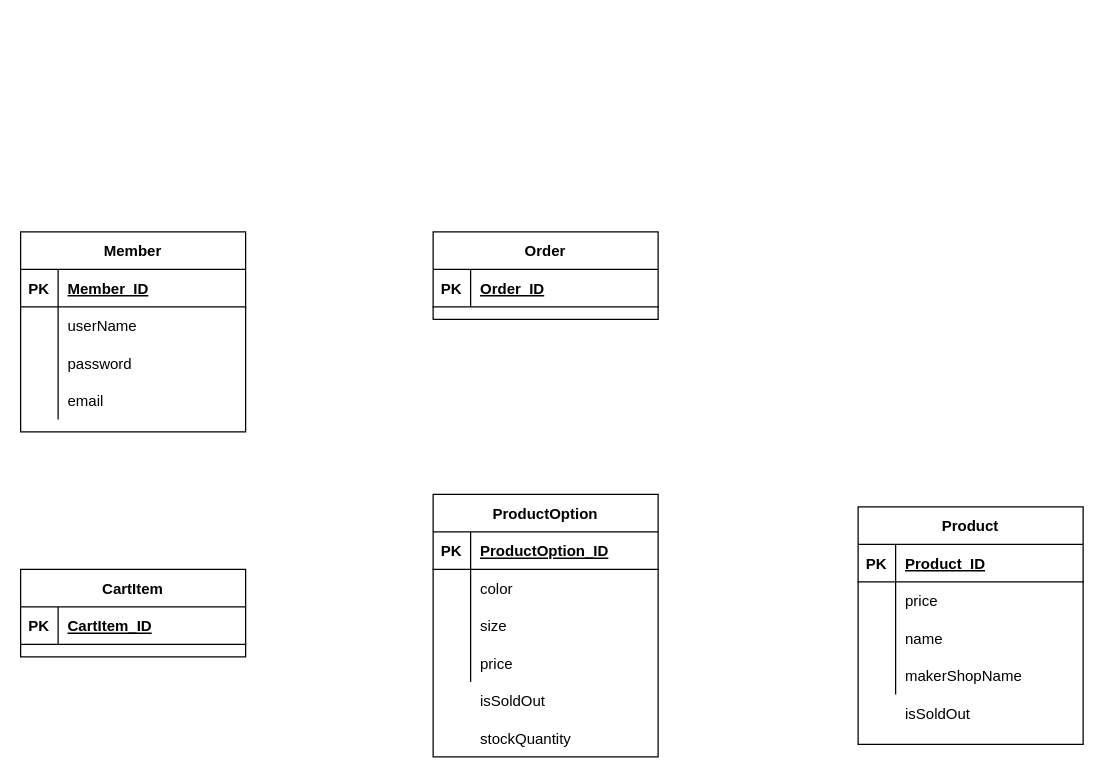
Earlier version of the draw.io diagram 제목 없는 다이어그램.drawio (NeoGuRi95/Spring-Batch). Source tidied: cells renumbered, new cells numbered last; positions are measured from the earlier drawing's top-left corner, leaving out a move shared by most shapes. Both pictures are drawn from the tidied source at 125%, with x=0, y=0 at pixel (20, 231).
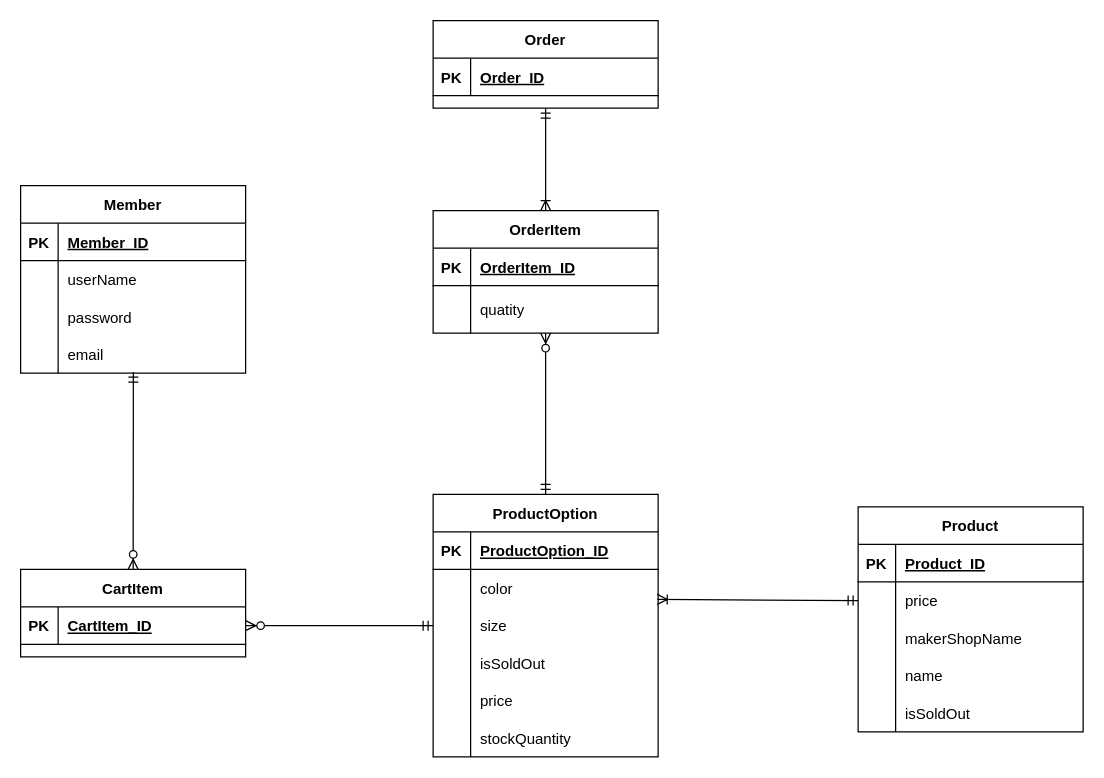
The same page after the edit.

Commit message (it also covers changes not shown here):
제목 없는 다이어그램.drawio 업데이트

Unchanged cells that the change refers to:
```xml
<mxCell id="12" style="shape=tableRow;horizontal=0;startSize=0;swimlaneHead=0;swimlaneBody=0;fillColor=none;points=[[0,0.5],[1,0.5]];portConstraint=eastwest;top=0;left=0;right=0;bottom=0;" parent="2" vertex="1">
  <mxGeometry y="120" width="180" height="30" as="geometry" />
</mxCell>
<mxCell id="19" value="CartItem" style="shape=table;startSize=30;childLayout=tableLayout;rowLines=0;fontStyle=1;align=center;" parent="1" vertex="1">
  <mxGeometry y="270" width="180" height="70" as="geometry" />
</mxCell>
<mxCell id="20" style="shape=tableRow;horizontal=0;startSize=0;swimlaneHead=0;swimlaneBody=0;fillColor=none;points=[[0,0.5],[1,0.5]];portConstraint=eastwest;top=0;left=0;right=0;bottom=1;" parent="19" vertex="1">
  <mxGeometry y="30" width="180" height="30" as="geometry" />
</mxCell>
<mxCell id="27" style="shape=tableRow;horizontal=0;startSize=0;swimlaneHead=0;swimlaneBody=0;fillColor=none;points=[[0,0.5],[1,0.5]];portConstraint=eastwest;top=0;left=0;right=0;bottom=0;" parent="23" vertex="1">
  <mxGeometry y="60" width="180" height="30" as="geometry" />
</mxCell>
<mxCell id="38" value="ProductOption" style="shape=table;startSize=30;childLayout=tableLayout;rowLines=0;fontStyle=1;align=center;" parent="1" vertex="1">
  <mxGeometry x="330" y="210" width="180" height="210" as="geometry" />
</mxCell>
<mxCell id="42" style="shape=tableRow;horizontal=0;startSize=0;swimlaneHead=0;swimlaneBody=0;fillColor=none;points=[[0,0.5],[1,0.5]];portConstraint=eastwest;top=0;left=0;right=0;bottom=0;" parent="38" vertex="1">
  <mxGeometry y="60" width="180" height="30" as="geometry" />
</mxCell>
<mxCell id="45" style="shape=tableRow;horizontal=0;startSize=0;swimlaneHead=0;swimlaneBody=0;fillColor=none;points=[[0,0.5],[1,0.5]];portConstraint=eastwest;top=0;left=0;right=0;bottom=0;" parent="38" vertex="1">
  <mxGeometry y="90" width="180" height="30" as="geometry" />
</mxCell>
<mxCell id="51" style="shape=tableRow;horizontal=0;startSize=0;swimlaneHead=0;swimlaneBody=0;fillColor=none;top=0;left=0;right=0;bottom=0;" parent="1" vertex="1">
  <mxGeometry x="330" y="360" width="180" height="30" as="geometry" />
</mxCell>
```

The edit, as a diff of the source:
```diff
@@
-    <mxCell id="2" value="Member" style="shape=table;startSize=30;childLayout=tableLayout;rowLines=0;fontStyle=1;align=center;" parent="1" vertex="1">
-      <mxGeometry width="180" height="160" as="geometry" />
+    <mxCell id="2" value="Member" style="shape=table;startSize=30;childLayout=tableLayout;rowLines=0;fontStyle=1;align=center;swimlaneLine=1;strokeColor=default;fillColor=default;" parent="1" vertex="1">
+      <mxGeometry y="-37" width="180" height="150" as="geometry" />
     </mxCell>
@@
     <mxCell id="15" value="Order" style="shape=table;startSize=30;childLayout=tableLayout;rowLines=0;fontStyle=1;align=center;" parent="1" vertex="1">
-      <mxGeometry x="330" width="180" height="70" as="geometry" />
+      <mxGeometry x="330" y="-169" width="180" height="70" as="geometry" />
     </mxCell>
@@
     <mxCell id="23" value="Product" style="shape=table;startSize=30;childLayout=tableLayout;rowLines=0;fontStyle=1;align=center;" parent="1" vertex="1">
-      <mxGeometry x="670" y="220" width="180" height="190" as="geometry" />
+      <mxGeometry x="670" y="220" width="180" height="180" as="geometry" />
     </mxCell>
@@
     <mxCell id="30" style="shape=tableRow;horizontal=0;startSize=0;swimlaneHead=0;swimlaneBody=0;fillColor=none;top=0;left=0;right=0;bottom=0;" parent="23" vertex="1">
-      <mxGeometry y="90" width="180" height="30" as="geometry" />
+      <mxGeometry y="90" width="180" height="90" as="geometry" />
     </mxCell>
     <mxCell id="31" style="shape=partialRectangle;fillColor=none;top=0;left=0;bottom=0;right=0;overflow=hidden;" parent="30" vertex="1">
-      <mxGeometry width="30" height="30" as="geometry" />
+      <mxGeometry width="30" height="90" as="geometry" />
     </mxCell>
     <mxCell id="32" value="name" style="shape=partialRectangle;fillColor=none;top=0;left=0;bottom=0;right=0;align=left;spacingLeft=6;overflow=hidden;" parent="30" vertex="1">
-      <mxGeometry x="30" width="150" height="30" as="geometry" />
+      <mxGeometry x="30" width="150" height="90" as="geometry" />
     </mxCell>
-    <mxCell id="33" style="shape=tableRow;horizontal=0;startSize=0;swimlaneHead=0;swimlaneBody=0;fillColor=none;top=0;left=0;right=0;bottom=0;" parent="23" vertex="1">
-      <mxGeometry y="120" width="180" height="30" as="geometry" />
-    </mxCell>
-    <mxCell id="34" style="shape=partialRectangle;fillColor=none;top=0;left=0;bottom=0;right=0;overflow=hidden;" parent="33" vertex="1">
-      <mxGeometry width="30" height="30" as="geometry" />
-    </mxCell>
-    <mxCell id="35" value="makerShopName" style="shape=partialRectangle;fillColor=none;top=0;left=0;bottom=0;right=0;align=left;spacingLeft=6;overflow=hidden;" parent="33" vertex="1">
-      <mxGeometry x="30" width="150" height="30" as="geometry" />
-    </mxCell>
-    <mxCell id="36" style="shape=tableRow;horizontal=0;startSize=0;swimlaneHead=0;swimlaneBody=0;fillColor=none;top=0;left=0;right=0;bottom=0;" parent="1" vertex="1">
-      <mxGeometry x="650" y="140" width="180" height="30" as="geometry" />
-    </mxCell>
-    <mxCell id="37" style="shape=partialRectangle;fillColor=none;top=0;left=0;bottom=0;right=0;overflow=hidden;" parent="36" vertex="1">
-      <mxGeometry width="30" height="30" as="geometry" />
-    </mxCell>
@@
     <mxCell id="48" style="shape=tableRow;horizontal=0;startSize=0;swimlaneHead=0;swimlaneBody=0;fillColor=none;top=0;left=0;right=0;bottom=0;" parent="38" vertex="1">
-      <mxGeometry y="120" width="180" height="30" as="geometry" />
+      <mxGeometry y="120" width="180" height="90" as="geometry" />
     </mxCell>
     <mxCell id="49" style="shape=partialRectangle;fillColor=none;top=0;left=0;bottom=0;right=0;overflow=hidden;" parent="48" vertex="1">
-      <mxGeometry width="30" height="30" as="geometry" />
+      <mxGeometry width="30" height="90" as="geometry" />
     </mxCell>
     <mxCell id="50" value="price" style="shape=partialRectangle;fillColor=none;top=0;left=0;bottom=0;right=0;align=left;spacingLeft=6;overflow=hidden;" parent="48" vertex="1">
-      <mxGeometry x="30" width="150" height="30" as="geometry" />
+      <mxGeometry x="30" width="150" height="90" as="geometry" />
     </mxCell>
@@
+    <mxCell id="54" value="stockQuantity" style="shape=partialRectangle;fillColor=none;top=0;left=0;bottom=0;right=0;align=left;spacingLeft=6;overflow=hidden;" parent="1" vertex="1">
+      <mxGeometry x="360" y="390" width="150" height="30" as="geometry" />
+    </mxCell>
-    <mxCell id="53" value="isSoldOut" style="shape=partialRectangle;fillColor=none;top=0;left=0;bottom=0;right=0;align=left;spacingLeft=6;overflow=hidden;" parent="51" vertex="1">
-      <mxGeometry x="30" width="150" height="30" as="geometry" />
+    <mxCell id="53" value="isSoldOut" style="shape=partialRectangle;fillColor=none;top=0;left=0;bottom=0;right=0;align=left;spacingLeft=6;overflow=hidden;" parent="1" vertex="1">
+      <mxGeometry x="360" y="330" width="150" height="30" as="geometry" />
     </mxCell>
-    <mxCell id="54" value="stockQuantity" style="shape=partialRectangle;fillColor=none;top=0;left=0;bottom=0;right=0;align=left;spacingLeft=6;overflow=hidden;" parent="1" vertex="1">
-      <mxGeometry x="360" y="390" width="150" height="30" as="geometry" />
-    </mxCell>
+    <mxCell id="56" style="shape=tableRow;horizontal=0;startSize=0;swimlaneHead=0;swimlaneBody=0;fillColor=none;top=0;left=0;right=0;bottom=0;" parent="1" vertex="1">
+      <mxGeometry x="670" y="340" width="180" height="30" as="geometry" />
+    </mxCell>
+    <mxCell id="57" style="shape=partialRectangle;fillColor=none;top=0;left=0;bottom=0;right=0;overflow=hidden;" parent="56" vertex="1">
+      <mxGeometry width="30" height="30" as="geometry" />
+    </mxCell>
@@
+    <mxCell id="35" value="makerShopName" style="shape=partialRectangle;fillColor=none;top=0;left=0;bottom=0;right=0;align=left;spacingLeft=6;overflow=hidden;" parent="1" vertex="1">
+      <mxGeometry x="700" y="310" width="150" height="30" as="geometry" />
+    </mxCell>
+    <mxCell id="58" style="fontSize=12;html=1;endArrow=ERzeroToMany;startArrow=ERmandOne;rounded=1;exitX=0.501;exitY=0.973;exitDx=0;exitDy=0;exitPerimeter=0;" parent="1" edge="1" source="12" target="19">
+      <mxGeometry relative="1" as="geometry" />
+    </mxCell>
+    <mxCell id="59" style="fontSize=12;html=1;endArrow=ERzeroToMany;startArrow=ERmandOne;rounded=1;entryX=1;entryY=0.5;entryDx=0;entryDy=0;exitX=0;exitY=0.5;exitDx=0;exitDy=0;" parent="1" edge="1" source="45" target="20">
+      <mxGeometry relative="1" as="geometry" />
+    </mxCell>
+    <mxCell id="60" value="OrderItem" style="shape=table;startSize=30;childLayout=tableLayout;rowLines=0;fontStyle=1;align=center;strokeColor=default;fillColor=default;" parent="1" vertex="1">
+      <mxGeometry x="330" y="-17" width="180" height="98" as="geometry" />
+    </mxCell>
+    <mxCell id="61" style="shape=tableRow;horizontal=0;startSize=0;swimlaneHead=0;swimlaneBody=0;fillColor=none;top=0;left=0;right=0;bottom=1;strokeColor=default;" parent="60" vertex="1">
+      <mxGeometry y="30" width="180" height="30" as="geometry" />
+    </mxCell>
+    <mxCell id="62" value="PK" style="shape=partialRectangle;fillColor=none;top=0;left=0;bottom=0;right=0;fontStyle=1;overflow=hidden;strokeColor=default;" parent="61" vertex="1">
+      <mxGeometry width="30" height="30" as="geometry" />
+    </mxCell>
+    <mxCell id="63" value="OrderItem_ID" style="shape=partialRectangle;fillColor=none;top=0;left=0;bottom=0;right=0;align=left;spacingLeft=6;fontStyle=5;overflow=hidden;strokeColor=default;" parent="61" vertex="1">
+      <mxGeometry x="30" width="150" height="30" as="geometry" />
+    </mxCell>
+    <mxCell id="64" style="shape=tableRow;horizontal=0;startSize=0;swimlaneHead=0;swimlaneBody=0;fillColor=none;points=[[0,0.5],[1,0.5]];portConstraint=eastwest;top=0;left=0;right=0;bottom=0;strokeColor=default;" parent="60" vertex="1">
+      <mxGeometry y="60" width="180" height="38" as="geometry" />
+    </mxCell>
+    <mxCell id="65" style="shape=partialRectangle;fillColor=none;top=0;left=0;bottom=0;right=0;overflow=hidden;strokeColor=default;" parent="64" vertex="1">
+      <mxGeometry width="30" height="38" as="geometry" />
+    </mxCell>
+    <mxCell id="66" value="quatity" style="shape=partialRectangle;fillColor=none;top=0;left=0;bottom=0;right=0;align=left;spacingLeft=6;overflow=hidden;strokeColor=default;" parent="64" vertex="1">
+      <mxGeometry x="30" width="150" height="38" as="geometry" />
+    </mxCell>
+    <mxCell id="67" style="fontSize=12;html=1;endArrow=ERoneToMany;startArrow=ERmandOne;entryX=0.5;entryY=0;entryDx=0;entryDy=0;exitX=0.5;exitY=1;exitDx=0;exitDy=0;" parent="1" edge="1" source="15" target="60">
+      <mxGeometry relative="1" as="geometry" />
+    </mxCell>
+    <mxCell id="68" style="fontSize=12;html=1;endArrow=ERzeroToMany;startArrow=ERmandOne;rounded=1;exitX=0.5;exitY=0;exitDx=0;exitDy=0;" parent="1" edge="1" source="38" target="64">
+      <mxGeometry relative="1" as="geometry" />
+    </mxCell>
+    <mxCell id="69" style="fontSize=12;html=1;endArrow=ERoneToMany;startArrow=ERmandOne;exitX=0;exitY=0.5;exitDx=0;exitDy=0;entryX=0.996;entryY=0.8;entryDx=0;entryDy=0;entryPerimeter=0;" parent="1" edge="1" source="27" target="42">
+      <mxGeometry relative="1" as="geometry" />
+    </mxCell>
```
